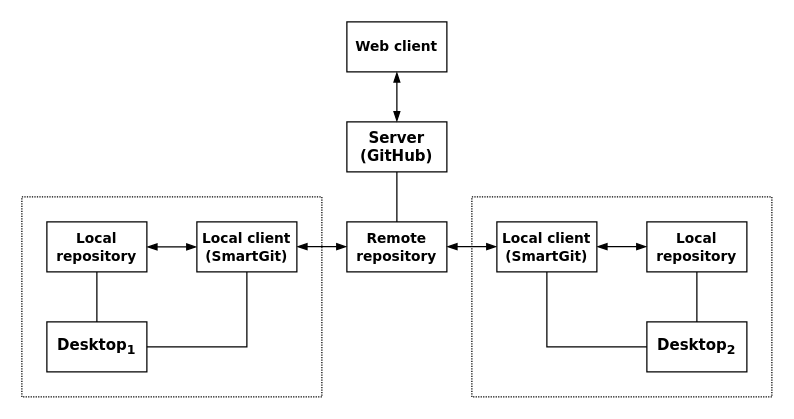
Before: projects/examples/source/01.03.01.drawio in i-s-m-mipt/Education, a draw.io diagram. Source tidied: cells renumbered, new cells numbered last; positions are measured from the earlier drawing's top-left corner, leaving out a move shared by most shapes. Both pictures are drawn from the tidied source at 125%, with x=0, y=0 at pixel (21, 21).
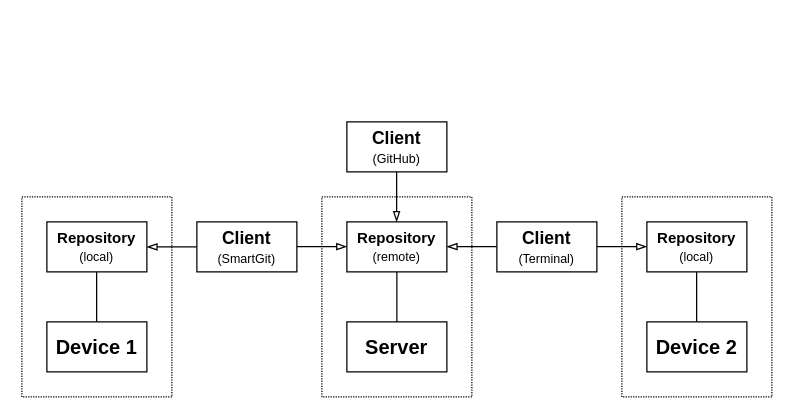
Above is the later version.

Diff of the diagram source:
```diff
@@
-    <mxCell id="2" style="rounded=0;whiteSpace=wrap;html=1;fillColor=none;dashed=1;dashPattern=1 1;" parent="1" vertex="1">
-      <mxGeometry x="360" y="140" width="240" height="160" as="geometry" />
-    </mxCell>
-    <mxCell id="3" style="rounded=0;whiteSpace=wrap;html=1;fillColor=none;dashed=1;dashPattern=1 1;" parent="1" vertex="1">
-      <mxGeometry y="140" width="240" height="160" as="geometry" />
-    </mxCell>
+    <mxCell id="23" style="rounded=0;whiteSpace=wrap;html=1;fillColor=none;dashed=1;dashPattern=1 1;" parent="1" vertex="1">
+      <mxGeometry y="140" width="120" height="160" as="geometry" />
+    </mxCell>
-    <mxCell id="4" value="&lt;font face=&quot;Verdana&quot;&gt;&lt;b&gt;Desktop&lt;sub&gt;1&lt;/sub&gt;&lt;/b&gt;&lt;/font&gt;" style="rounded=0;whiteSpace=wrap;html=1;" parent="1" vertex="1">
+    <mxCell id="4" value="&lt;font face=&quot;Helvetica&quot; style=&quot;font-size: 16px;&quot;&gt;&lt;b style=&quot;&quot;&gt;Device 1&lt;/b&gt;&lt;/font&gt;" style="rounded=0;whiteSpace=wrap;html=1;" parent="1" vertex="1">
       <mxGeometry x="20" y="240" width="80" height="40" as="geometry" />
     </mxCell>
-    <mxCell id="5" value="&lt;font face=&quot;Verdana&quot;&gt;&lt;b&gt;Desktop&lt;sub style=&quot;&quot;&gt;&lt;font style=&quot;font-size: 10px;&quot;&gt;2&lt;/font&gt;&lt;/sub&gt;&lt;/b&gt;&lt;/font&gt;" style="rounded=0;whiteSpace=wrap;html=1;" parent="1" vertex="1">
+    <mxCell id="5" value="&lt;font face=&quot;Helvetica&quot; style=&quot;font-size: 16px;&quot;&gt;&lt;b style=&quot;&quot;&gt;Device 2&lt;/b&gt;&lt;/font&gt;" style="rounded=0;whiteSpace=wrap;html=1;" parent="1" vertex="1">
       <mxGeometry x="500" y="240" width="80" height="40" as="geometry" />
     </mxCell>
-    <mxCell id="6" value="&lt;font size=&quot;1&quot; face=&quot;Verdana&quot;&gt;&lt;b style=&quot;font-size: 11px;&quot;&gt;Web client&lt;/b&gt;&lt;/font&gt;" style="rounded=0;whiteSpace=wrap;html=1;" parent="1" vertex="1">
-      <mxGeometry x="260" width="80" height="40" as="geometry" />
-    </mxCell>
-    <mxCell id="7" value="&lt;font size=&quot;1&quot; face=&quot;Verdana&quot;&gt;&lt;b style=&quot;font-size: 12px;&quot;&gt;Server (GitHub)&lt;/b&gt;&lt;/font&gt;" style="rounded=0;whiteSpace=wrap;html=1;" parent="1" vertex="1">
-      <mxGeometry x="260" y="80" width="80" height="40" as="geometry" />
+    <mxCell id="7" value="&lt;font style=&quot;font-size: 16px;&quot;&gt;&lt;b style=&quot;&quot;&gt;Server&lt;/b&gt;&lt;/font&gt;" style="rounded=0;whiteSpace=wrap;html=1;" parent="1" vertex="1">
+      <mxGeometry x="260" y="240" width="80" height="40" as="geometry" />
     </mxCell>
-    <mxCell id="8" value="&lt;font size=&quot;1&quot; face=&quot;Verdana&quot;&gt;&lt;b style=&quot;font-size: 11px;&quot;&gt;Local repository&lt;/b&gt;&lt;/font&gt;" style="rounded=0;whiteSpace=wrap;html=1;" parent="1" vertex="1">
+    <mxCell id="8" value="&lt;b style=&quot;background-color: transparent; color: light-dark(rgb(0, 0, 0), rgb(255, 255, 255));&quot;&gt;Repository&lt;/b&gt;&lt;div&gt;&lt;span style=&quot;background-color: transparent; color: light-dark(rgb(0, 0, 0), rgb(255, 255, 255));&quot;&gt;&lt;font style=&quot;font-size: 10px;&quot;&gt;(local)&lt;/font&gt;&lt;/span&gt;&lt;/div&gt;" style="rounded=0;whiteSpace=wrap;html=1;fillColor=none;" parent="1" vertex="1">
       <mxGeometry x="20" y="160" width="80" height="40" as="geometry" />
     </mxCell>
-    <mxCell id="9" value="&lt;font size=&quot;1&quot; face=&quot;Verdana&quot;&gt;&lt;b style=&quot;font-size: 11px;&quot;&gt;Local repository&lt;/b&gt;&lt;/font&gt;" style="rounded=0;whiteSpace=wrap;html=1;" parent="1" vertex="1">
-      <mxGeometry x="500" y="160" width="80" height="40" as="geometry" />
-    </mxCell>
-    <mxCell id="10" value="&lt;font size=&quot;1&quot; face=&quot;Verdana&quot;&gt;&lt;b style=&quot;font-size: 11px;&quot;&gt;Remote repository&lt;/b&gt;&lt;/font&gt;" style="rounded=0;whiteSpace=wrap;html=1;" parent="1" vertex="1">
-      <mxGeometry x="260" y="160" width="80" height="40" as="geometry" />
-    </mxCell>
-    <mxCell id="11" style="endArrow=none;html=1;rounded=0;exitX=0.5;exitY=0;exitDx=0;exitDy=0;entryX=0.5;entryY=1;entryDx=0;entryDy=0;" parent="1" edge="1" source="4" target="8">
-      <mxGeometry relative="1" as="geometry" />
+    <mxCell id="11" style="endArrow=none;html=1;rounded=0;strokeWidth=1;" parent="1" edge="1">
+      <mxGeometry relative="1" as="geometry">
+        <mxPoint x="59.8" y="200" as="sourcePoint" />
+        <mxPoint x="59.8" y="240" as="targetPoint" />
+      </mxGeometry>
     </mxCell>
-    <mxCell id="12" style="endArrow=none;html=1;rounded=0;exitX=0.5;exitY=0;exitDx=0;exitDy=0;entryX=0.5;entryY=1;entryDx=0;entryDy=0;" parent="1" edge="1" source="5" target="9">
-      <mxGeometry relative="1" as="geometry" />
+    <mxCell id="12" style="endArrow=none;html=1;rounded=0;strokeWidth=1;" parent="1" edge="1">
+      <mxGeometry relative="1" as="geometry">
+        <mxPoint x="539.8" y="200" as="sourcePoint" />
+        <mxPoint x="539.8" y="240" as="targetPoint" />
+      </mxGeometry>
     </mxCell>
-    <mxCell id="13" style="endArrow=none;html=1;rounded=0;exitX=0.5;exitY=0;exitDx=0;exitDy=0;entryX=0.5;entryY=1;entryDx=0;entryDy=0;" parent="1" edge="1" source="10" target="7">
-      <mxGeometry relative="1" as="geometry" />
+    <mxCell id="13" style="endArrow=none;html=1;rounded=0;entryX=0.5;entryY=0;entryDx=0;entryDy=0;strokeWidth=1;" parent="1" edge="1" target="7">
+      <mxGeometry relative="1" as="geometry">
+        <mxPoint x="300" y="200" as="sourcePoint" />
+      </mxGeometry>
     </mxCell>
-    <mxCell id="14" style="endArrow=blockThin;html=1;rounded=0;exitX=1;exitY=0.5;exitDx=0;exitDy=0;entryX=0;entryY=0.5;entryDx=0;entryDy=0;startArrow=blockThin;startFill=1;endFill=1;" parent="1" edge="1" source="8">
+    <mxCell id="14" style="endArrow=none;html=1;rounded=0;exitX=1;exitY=0.5;exitDx=0;exitDy=0;entryX=0;entryY=0.5;entryDx=0;entryDy=0;startArrow=blockThin;startFill=0;endFill=1;" parent="1" edge="1" source="8">
       <mxGeometry relative="1" as="geometry">
         <mxPoint x="140" y="180" as="targetPoint" />
       </mxGeometry>
     </mxCell>
-    <mxCell id="15" style="endArrow=blockThin;html=1;rounded=0;exitX=1;exitY=0.5;exitDx=0;exitDy=0;entryX=0;entryY=0.5;entryDx=0;entryDy=0;startArrow=blockThin;startFill=1;endFill=1;" parent="1" edge="1">
+    <mxCell id="15" style="endArrow=blockThin;html=1;rounded=0;exitX=1;exitY=0.5;exitDx=0;exitDy=0;entryX=0;entryY=0.5;entryDx=0;entryDy=0;startArrow=none;startFill=0;endFill=0;" parent="1" edge="1">
       <mxGeometry relative="1" as="geometry">
         <mxPoint x="220" y="179.8" as="sourcePoint" />
         <mxPoint x="260" y="179.8" as="targetPoint" />
       </mxGeometry>
     </mxCell>
-    <mxCell id="16" style="endArrow=blockThin;html=1;rounded=0;exitX=1;exitY=0.5;exitDx=0;exitDy=0;entryX=0;entryY=0.5;entryDx=0;entryDy=0;startArrow=blockThin;startFill=1;endFill=1;" parent="1" edge="1">
+    <mxCell id="16" style="endArrow=none;html=1;rounded=0;exitX=1;exitY=0.5;exitDx=0;exitDy=0;entryX=0;entryY=0.5;entryDx=0;entryDy=0;startArrow=blockThin;startFill=0;endFill=1;" parent="1" edge="1">
       <mxGeometry relative="1" as="geometry">
         <mxPoint x="340" y="179.8" as="sourcePoint" />
         <mxPoint x="380" y="179.8" as="targetPoint" />
       </mxGeometry>
     </mxCell>
-    <mxCell id="17" style="endArrow=blockThin;html=1;rounded=0;exitX=1;exitY=0.5;exitDx=0;exitDy=0;entryX=0;entryY=0.5;entryDx=0;entryDy=0;startArrow=blockThin;startFill=1;endFill=1;" parent="1" edge="1">
+    <mxCell id="17" style="endArrow=blockThin;html=1;rounded=0;exitX=1;exitY=0.5;exitDx=0;exitDy=0;entryX=0;entryY=0.5;entryDx=0;entryDy=0;startArrow=none;startFill=0;endFill=0;" parent="1" edge="1">
       <mxGeometry relative="1" as="geometry">
         <mxPoint x="460" y="179.8" as="sourcePoint" />
         <mxPoint x="500" y="179.8" as="targetPoint" />
       </mxGeometry>
     </mxCell>
-    <mxCell id="18" style="endArrow=blockThin;html=1;rounded=0;exitX=0.5;exitY=1;exitDx=0;exitDy=0;entryX=0.5;entryY=0;entryDx=0;entryDy=0;startArrow=blockThin;startFill=1;endFill=1;" parent="1" edge="1" source="6" target="7">
-      <mxGeometry relative="1" as="geometry" />
-    </mxCell>
-    <mxCell id="19" value="&lt;font size=&quot;1&quot; face=&quot;Verdana&quot;&gt;&lt;b style=&quot;font-size: 11px;&quot;&gt;Local client (SmartGit)&lt;/b&gt;&lt;/font&gt;" style="rounded=0;whiteSpace=wrap;html=1;" parent="1" vertex="1">
+    <mxCell id="19" value="&lt;font face=&quot;Helvetica&quot;&gt;&lt;b style=&quot;&quot;&gt;&lt;font style=&quot;font-size: 14px;&quot;&gt;Client &lt;/font&gt;&lt;/b&gt;&lt;font style=&quot;font-size: 10px;&quot;&gt;(SmartGit)&lt;/font&gt;&lt;/font&gt;" style="rounded=0;whiteSpace=wrap;html=1;" parent="1" vertex="1">
       <mxGeometry x="140" y="160" width="80" height="40" as="geometry" />
     </mxCell>
-    <mxCell id="20" value="&lt;font size=&quot;1&quot; face=&quot;Verdana&quot;&gt;&lt;b style=&quot;font-size: 11px;&quot;&gt;Local client (SmartGit)&lt;/b&gt;&lt;/font&gt;" style="rounded=0;whiteSpace=wrap;html=1;" parent="1" vertex="1">
+    <mxCell id="20" value="&lt;font face=&quot;Helvetica&quot;&gt;&lt;b style=&quot;&quot;&gt;&lt;font style=&quot;font-size: 14px;&quot;&gt;Client&lt;/font&gt;&lt;/b&gt;&lt;/font&gt;&lt;div&gt;&lt;span style=&quot;font-size: 10px; background-color: transparent; color: light-dark(rgb(0, 0, 0), rgb(255, 255, 255));&quot;&gt;(Terminal)&lt;/span&gt;&lt;/div&gt;" style="rounded=0;whiteSpace=wrap;html=1;" parent="1" vertex="1">
       <mxGeometry x="380" y="160" width="80" height="40" as="geometry" />
     </mxCell>
-    <mxCell id="21" style="endArrow=none;html=1;rounded=0;entryX=0.5;entryY=1;entryDx=0;entryDy=0;exitX=0;exitY=0.5;exitDx=0;exitDy=0;" parent="1" edge="1" source="5" target="20">
-      <mxGeometry relative="1" as="geometry">
-        <Array as="points">
-          <mxPoint x="420" y="260" />
-        </Array>
-      </mxGeometry>
-    </mxCell>
-    <mxCell id="22" style="endArrow=none;html=1;rounded=0;exitX=1;exitY=0.5;exitDx=0;exitDy=0;entryX=0.5;entryY=1;entryDx=0;entryDy=0;" parent="1" edge="1" source="4" target="19">
-      <mxGeometry relative="1" as="geometry">
-        <Array as="points">
-          <mxPoint x="180" y="260" />
-        </Array>
-      </mxGeometry>
-    </mxCell>
+    <mxCell id="24" style="endArrow=blockThin;html=1;rounded=0;exitX=0.5;exitY=1;exitDx=0;exitDy=0;endFill=0;" parent="1" edge="1">
+      <mxGeometry relative="1" as="geometry">
+        <mxPoint x="299.8" y="120" as="sourcePoint" />
+        <mxPoint x="299.8" y="160" as="targetPoint" />
+      </mxGeometry>
+    </mxCell>
+    <mxCell id="25" value="&lt;font face=&quot;Helvetica&quot;&gt;&lt;b style=&quot;&quot;&gt;&lt;font style=&quot;font-size: 14px;&quot;&gt;Client&lt;/font&gt;&lt;/b&gt;&lt;/font&gt;&lt;div&gt;&lt;span style=&quot;font-size: 10px; background-color: transparent; color: light-dark(rgb(0, 0, 0), rgb(255, 255, 255));&quot;&gt;(GitHub)&lt;/span&gt;&lt;/div&gt;" style="rounded=0;whiteSpace=wrap;html=1;" parent="1" vertex="1">
+      <mxGeometry x="260" y="80" width="80" height="40" as="geometry" />
+    </mxCell>
+    <mxCell id="26" value="&lt;b style=&quot;background-color: transparent; color: light-dark(rgb(0, 0, 0), rgb(255, 255, 255));&quot;&gt;Repository&lt;/b&gt;&lt;div&gt;&lt;span style=&quot;background-color: transparent; color: light-dark(rgb(0, 0, 0), rgb(255, 255, 255));&quot;&gt;&lt;font style=&quot;font-size: 10px;&quot;&gt;(local)&lt;/font&gt;&lt;/span&gt;&lt;/div&gt;" style="rounded=0;whiteSpace=wrap;html=1;fillColor=none;" parent="1" vertex="1">
+      <mxGeometry x="500" y="160" width="80" height="40" as="geometry" />
+    </mxCell>
+    <mxCell id="27" value="&lt;b style=&quot;background-color: transparent; color: light-dark(rgb(0, 0, 0), rgb(255, 255, 255));&quot;&gt;Repository&lt;/b&gt;&lt;div&gt;&lt;span style=&quot;background-color: transparent; color: light-dark(rgb(0, 0, 0), rgb(255, 255, 255));&quot;&gt;&lt;font style=&quot;font-size: 10px;&quot;&gt;(remote)&lt;/font&gt;&lt;/span&gt;&lt;/div&gt;" style="rounded=0;whiteSpace=wrap;html=1;fillColor=none;" parent="1" vertex="1">
+      <mxGeometry x="260" y="160" width="80" height="40" as="geometry" />
+    </mxCell>
+    <mxCell id="28" style="rounded=0;whiteSpace=wrap;html=1;fillColor=none;dashed=1;dashPattern=1 1;" parent="1" vertex="1">
+      <mxGeometry x="240" y="140" width="120" height="160" as="geometry" />
+    </mxCell>
+    <mxCell id="29" style="rounded=0;whiteSpace=wrap;html=1;fillColor=none;dashed=1;dashPattern=1 1;" parent="1" vertex="1">
+      <mxGeometry x="480" y="140" width="120" height="160" as="geometry" />
+    </mxCell>
```
